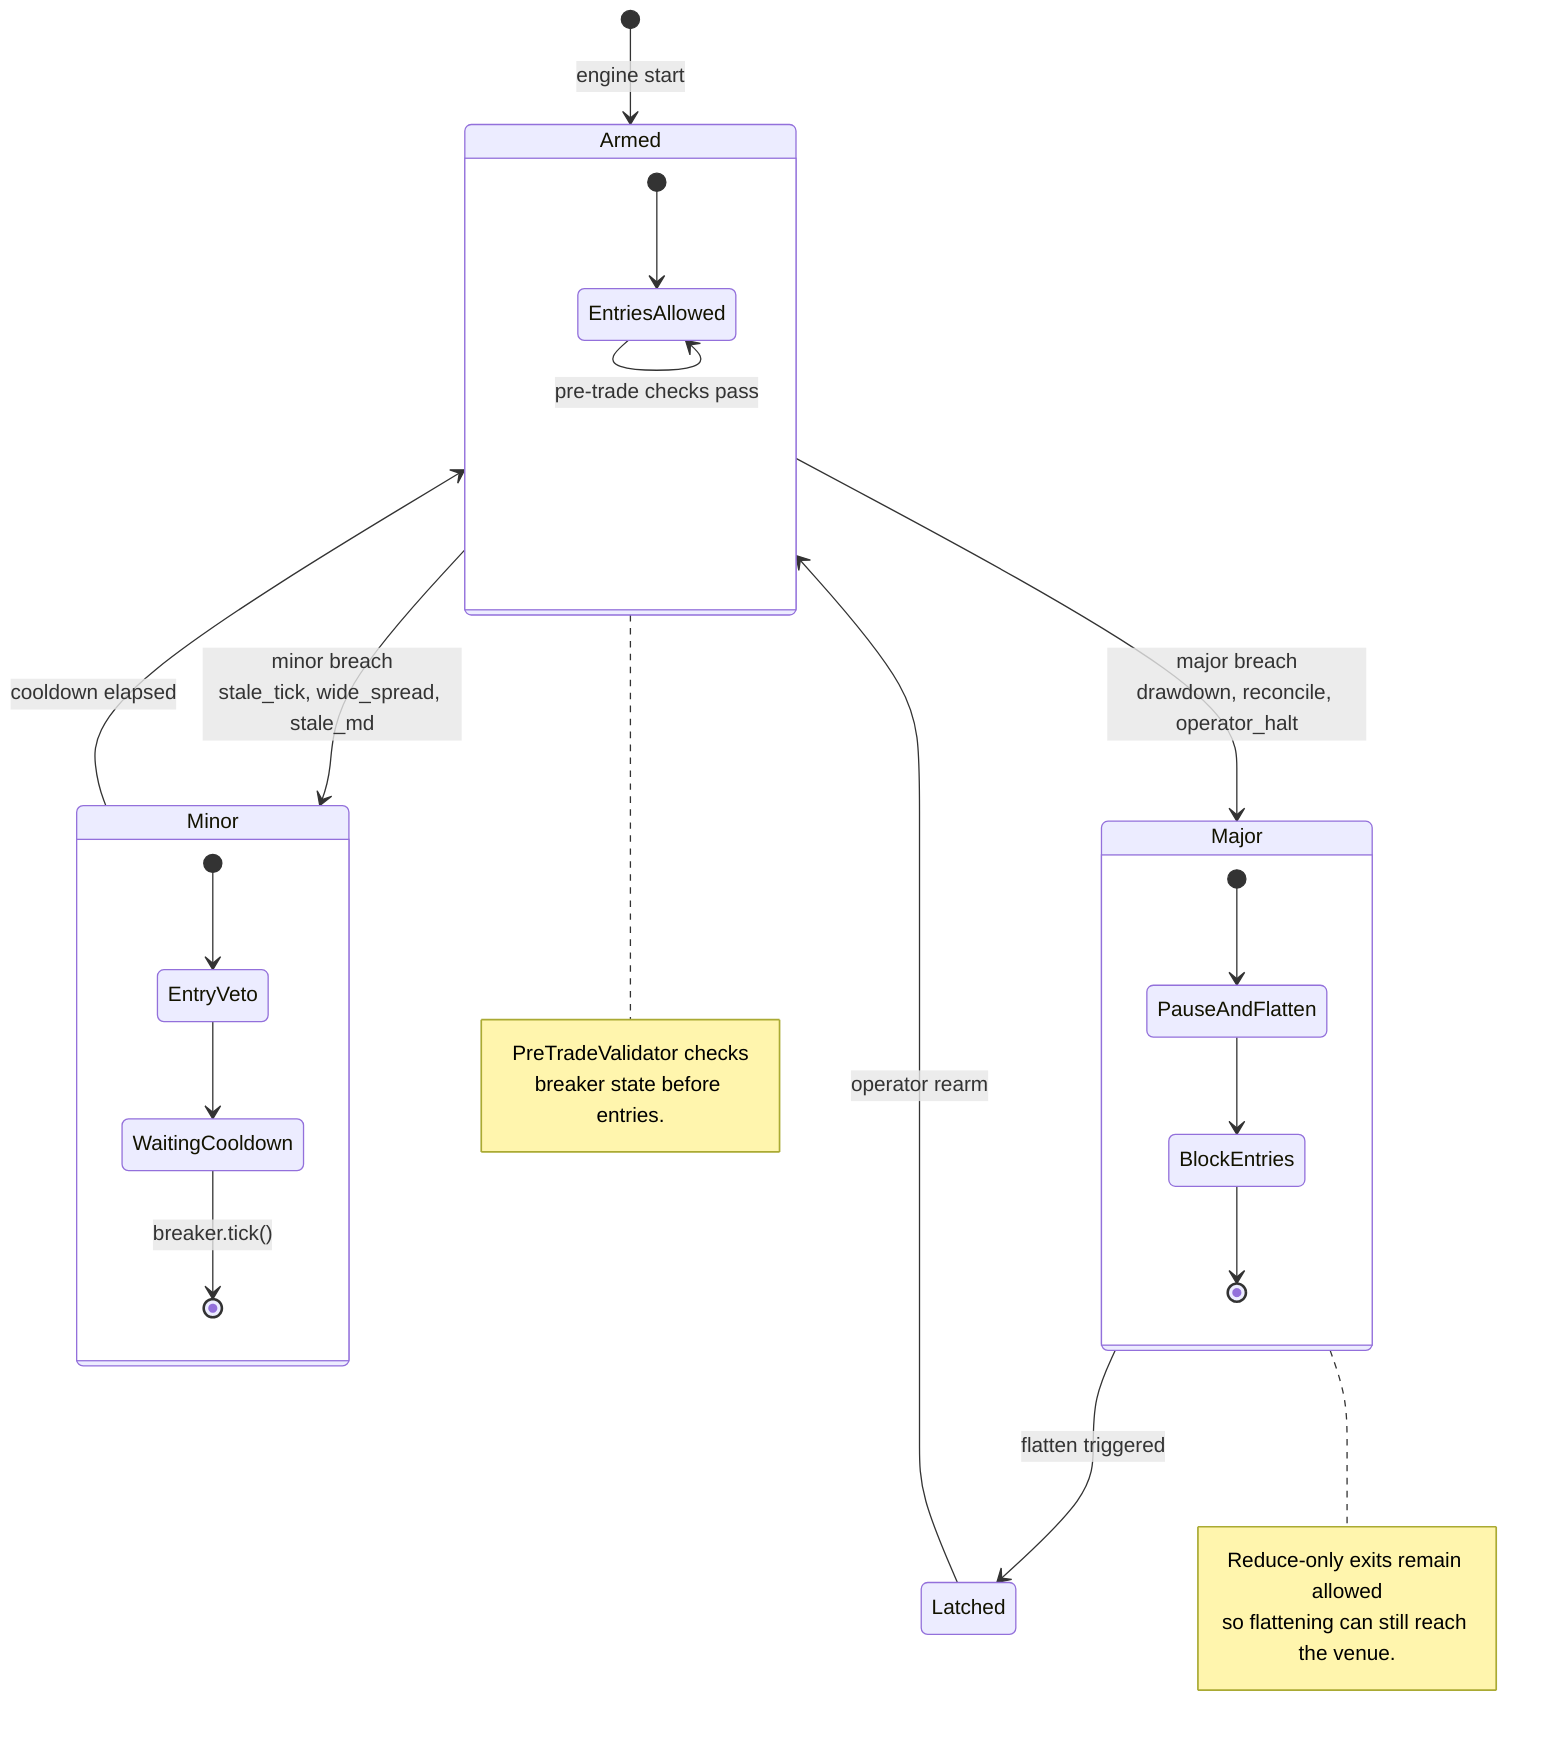
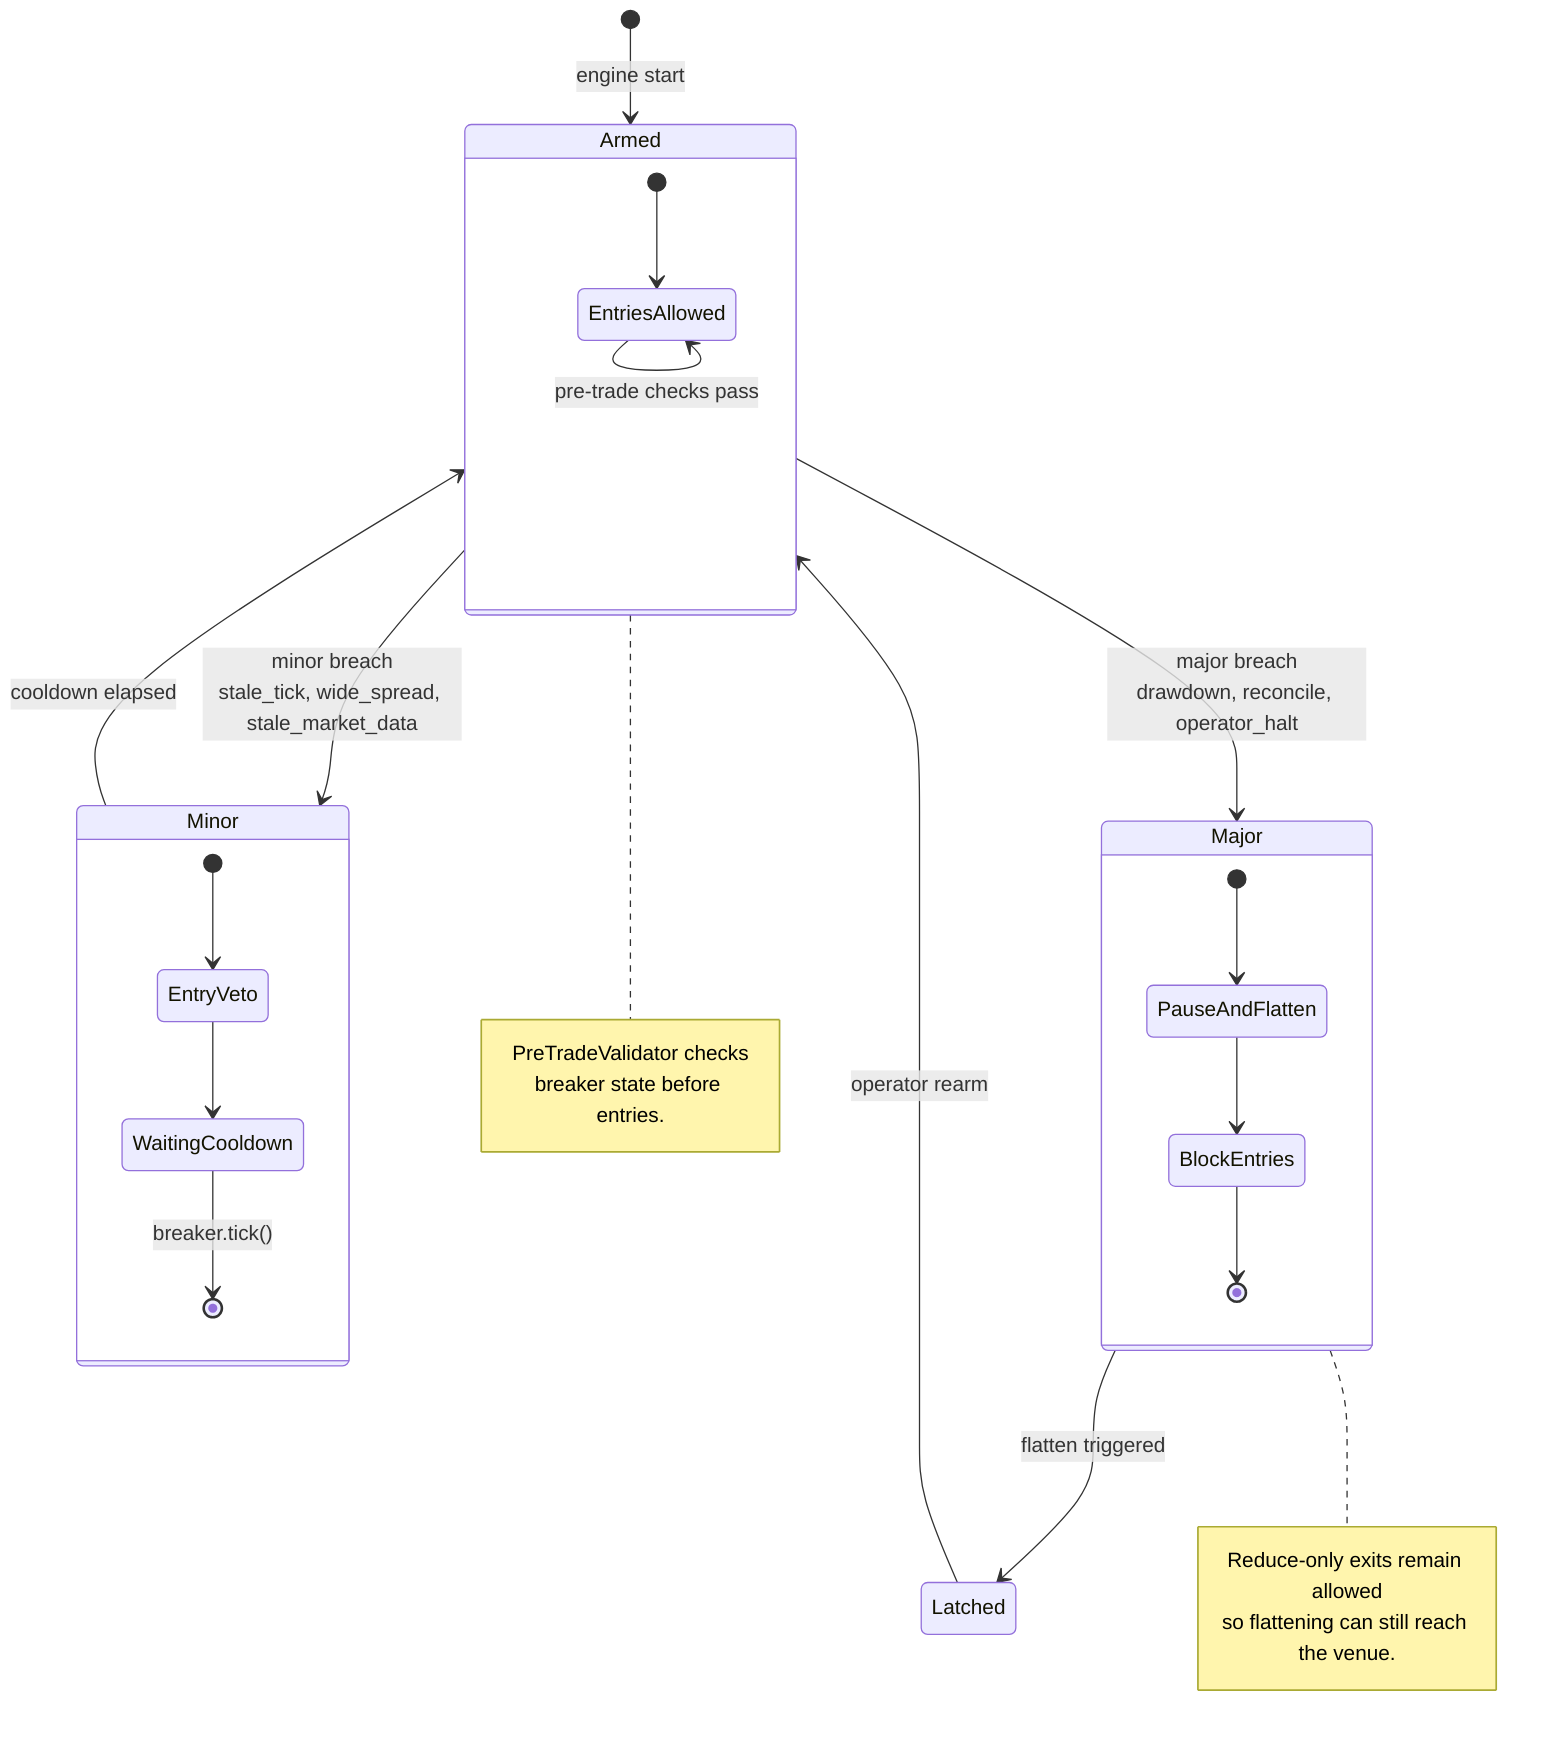
%% Circuit breaker state machine - one breaker, many trigger codes
stateDiagram-v2
    [*] --> Armed: engine start

-     Armed --> Minor: minor breach<br/>stale_tick, wide_spread, stale_md
+     Armed --> Minor: minor breach<br/>stale_tick, wide_spread, stale_market_data
    Minor --> Armed: cooldown elapsed

    Armed --> Major: major breach<br/>drawdown, reconcile, operator_halt
    Major --> Latched: flatten triggered
    Latched --> Armed: operator rearm

    state Armed {
        [*] --> EntriesAllowed
        EntriesAllowed --> EntriesAllowed: pre-trade checks pass
    }

    state Minor {
        [*] --> EntryVeto
        EntryVeto --> WaitingCooldown
        WaitingCooldown --> [*]: breaker.tick()
    }

    state Major {
        [*] --> PauseAndFlatten
        PauseAndFlatten --> BlockEntries
        BlockEntries --> [*]
    }

    note right of Armed
        PreTradeValidator checks
        breaker state before entries.
    end note

    note right of Major
        Reduce-only exits remain allowed
        so flattening can still reach the venue.
    end note
